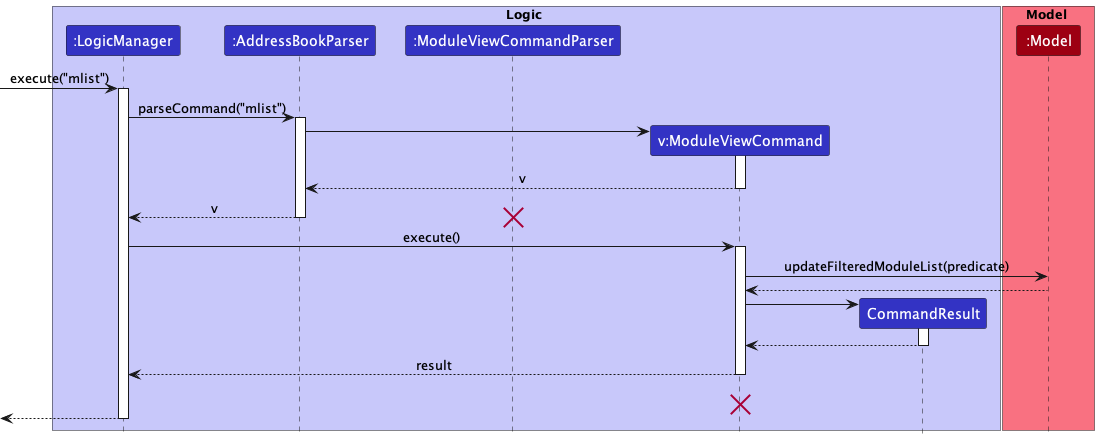
This is docs/images/ListModuleSequence.png from nus-cs2103-AY2223S1/tp, a PlantUML export, as it was before one commit. Source of this version:
```plantuml
@startuml
!include style.puml

box Logic LOGIC_COLOR_T1
participant ":LogicManager" as LogicManager LOGIC_COLOR
participant ":AddressBookParser" as AddressBookParser LOGIC_COLOR
participant ":ModuleViewCommandParser" as ModuleViewCommandParser LOGIC_COLOR
participant "v:ModuleViewCommand" as ModuleViewCommand LOGIC_COLOR
participant "CommandResult" as CommandResult LOGIC_COLOR
end box

box Model MODEL_COLOR_T1
participant ":Model" as Model MODEL_COLOR
end box

[-> LogicManager : execute("mlist")
activate LogicManager

LogicManager -> AddressBookParser : parseCommand("mlist")
activate AddressBookParser

create ModuleViewCommand
AddressBookParser -> ModuleViewCommand
activate ModuleViewCommand

ModuleViewCommand --> AddressBookParser : v
deactivate ModuleViewCommand

AddressBookParser --> LogicManager : v
destroy ModuleViewCommandParser
deactivate AddressBookParser

LogicManager -> ModuleViewCommand : execute()
activate ModuleViewCommand

ModuleViewCommand -> Model : updateFilteredModuleList(predicate)

Model --> ModuleViewCommand

create CommandResult
ModuleViewCommand -> CommandResult
activate CommandResult

CommandResult --> ModuleViewCommand
deactivate CommandResult

ModuleViewCommand --> LogicManager : result
deactivate ModuleViewCommand
ModuleViewCommand -[hidden]-> LogicManager : result
destroy ModuleViewCommand

[<--LogicManager
deactivate LogicManager
@enduml
```
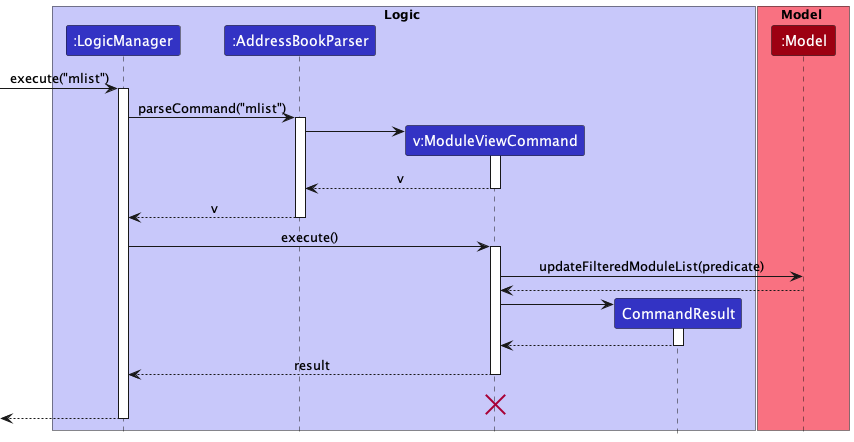
After the commit.

Diff of the diagram source:
```diff
@@ -4,7 +4,6 @@
 box Logic LOGIC_COLOR_T1
 participant ":LogicManager" as LogicManager LOGIC_COLOR
 participant ":AddressBookParser" as AddressBookParser LOGIC_COLOR
-participant ":ModuleViewCommandParser" as ModuleViewCommandParser LOGIC_COLOR
 participant "v:ModuleViewCommand" as ModuleViewCommand LOGIC_COLOR
 participant "CommandResult" as CommandResult LOGIC_COLOR
 end box
@@ -27,7 +26,6 @@
 deactivate ModuleViewCommand
 
 AddressBookParser --> LogicManager : v
-destroy ModuleViewCommandParser
 deactivate AddressBookParser
 
 LogicManager -> ModuleViewCommand : execute()
```
